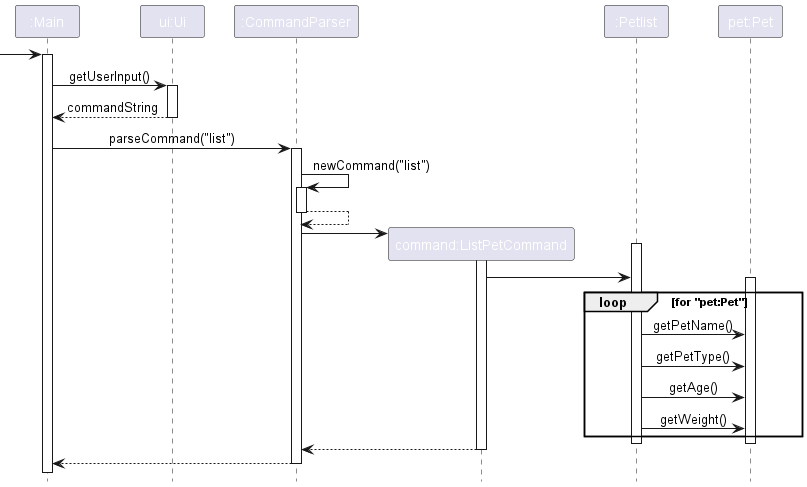
The PlantUML diagram docs/images/ListPetCommand.png in nus-cs2113-AY2223S2/tp, before a commit.
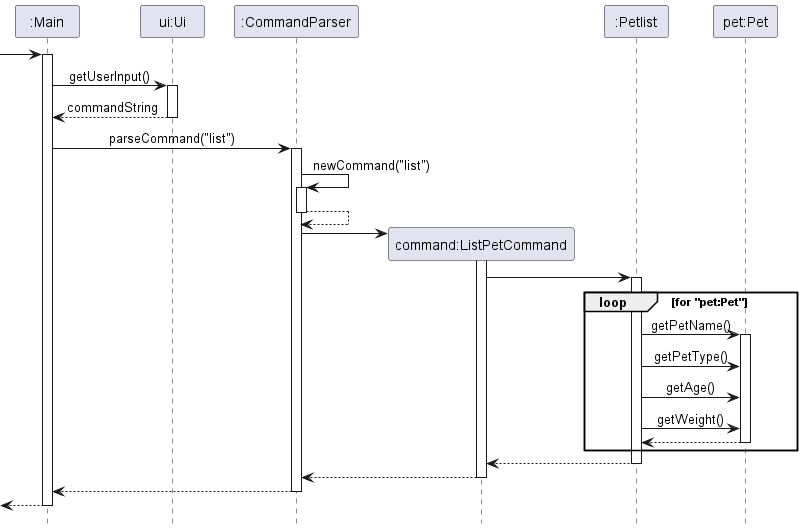
After the change.

Commit message:
Rename ListPetCommand image and removed old version

What changed in the source:
```diff
@@ -26,20 +26,27 @@
  	CommandParser -> ListPetCommand
  	activate ListPetCommand
 
+
+        ListPetCommand -> PetList
         activate PetList
-        ListPetCommand -> PetList
         loop for "pet:Pet"
+            PetList -> Pet: getPetName()
             activate Pet
-            PetList -> Pet: getPetName()
             PetList -> Pet: getPetType()
             PetList -> Pet: getAge()
             PetList -> Pet: getWeight()
+            Pet --> PetList
+            deactivate Pet
+
         end
-        deactivate Pet
 
+        PetList --> ListPetCommand
         deactivate PetList
+
         return
 
     return
 
+    return
+
 @enduml
```
